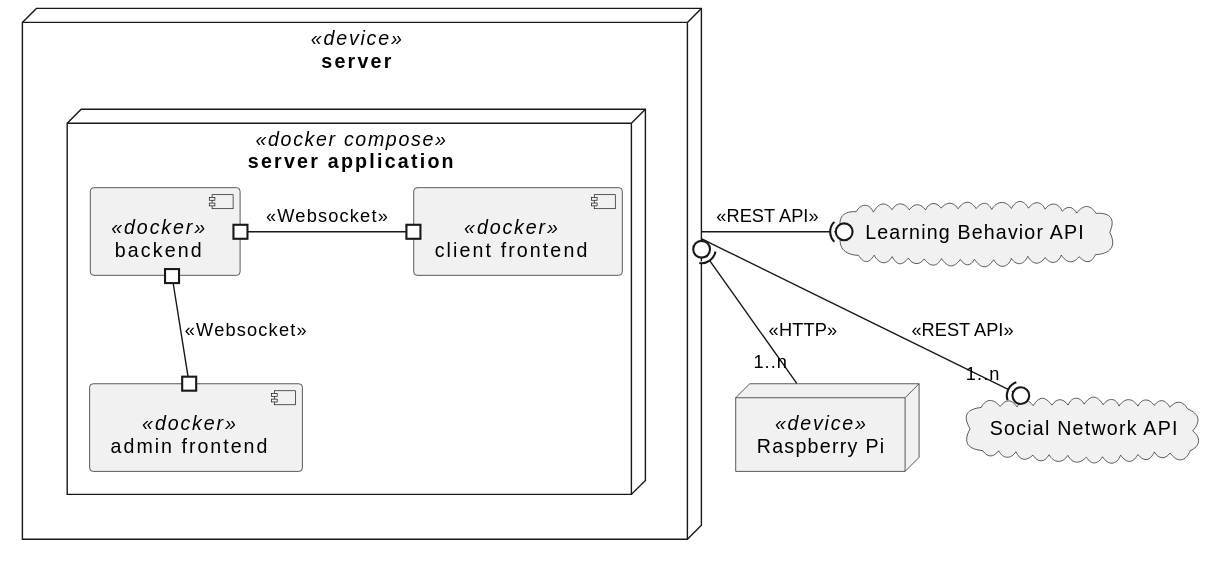
Above: doc/assets/deployment.svg in WallCaster/WallCaster (PlantUML), before the change.
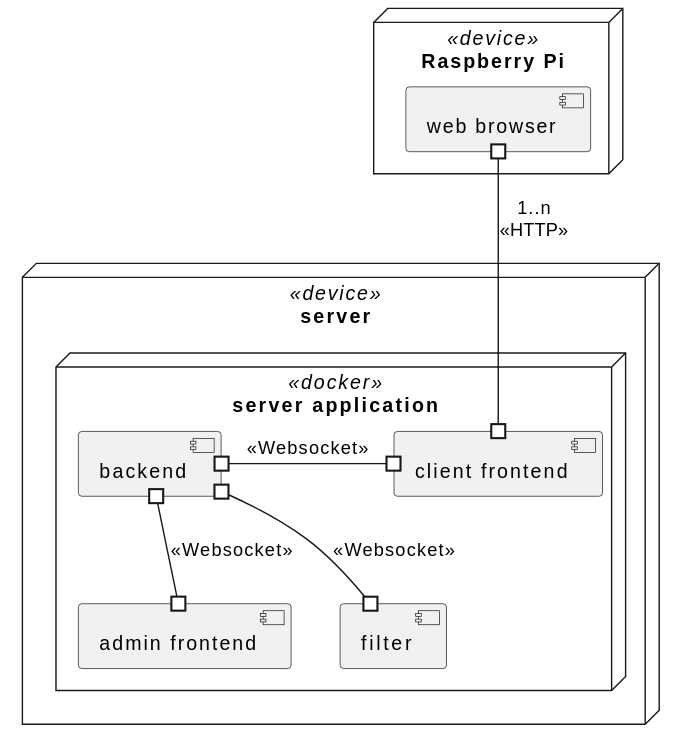
Above is the later version.

Commit message:
update deployment diagram

Diff of the diagram source:
```diff
@@ -1,21 +1,19 @@
 @startuml
 node "server" <<device>> as srv {
-  node "server application" <<docker compose>> as cmp {
-    component "backend" <<docker>> as bck
-    component "client frontend" <<docker>> as cfr
-    component "admin frontend" <<docker>> as afr
+  node "server application" <<docker>> as cmp {
+    component "backend" as bck
+    component "client frontend" as cfr
+    component "admin frontend" as afr
+    component "filter" as flt
   }
 }
 
-node "Raspberry Pi" <<device>> as rpi
+node "Raspberry Pi" <<device>> as rpi {
+  component "web browser" as wb
+}
 
-cloud "Social Network API" as api
-
-cloud "Learning Behavior API" as lbr
-
-srv --(0 api: <<REST API>> "1..n"
-srv -(0 lbr: <<REST API>>
-srv 0)-- rpi: <<HTTP>> "1..n"
-bck #--# afr: <<Websocket>>
-bck #-# cfr: <<Websocket>>
+bck #--# afr: ""<<Websocket>>""
+bck #-# cfr: ""<<Websocket>>""
+wb #--# cfr: ""1..n\n<<HTTP>>""
+bck #--# flt: ""<<Websocket>>""
 @enduml
```
